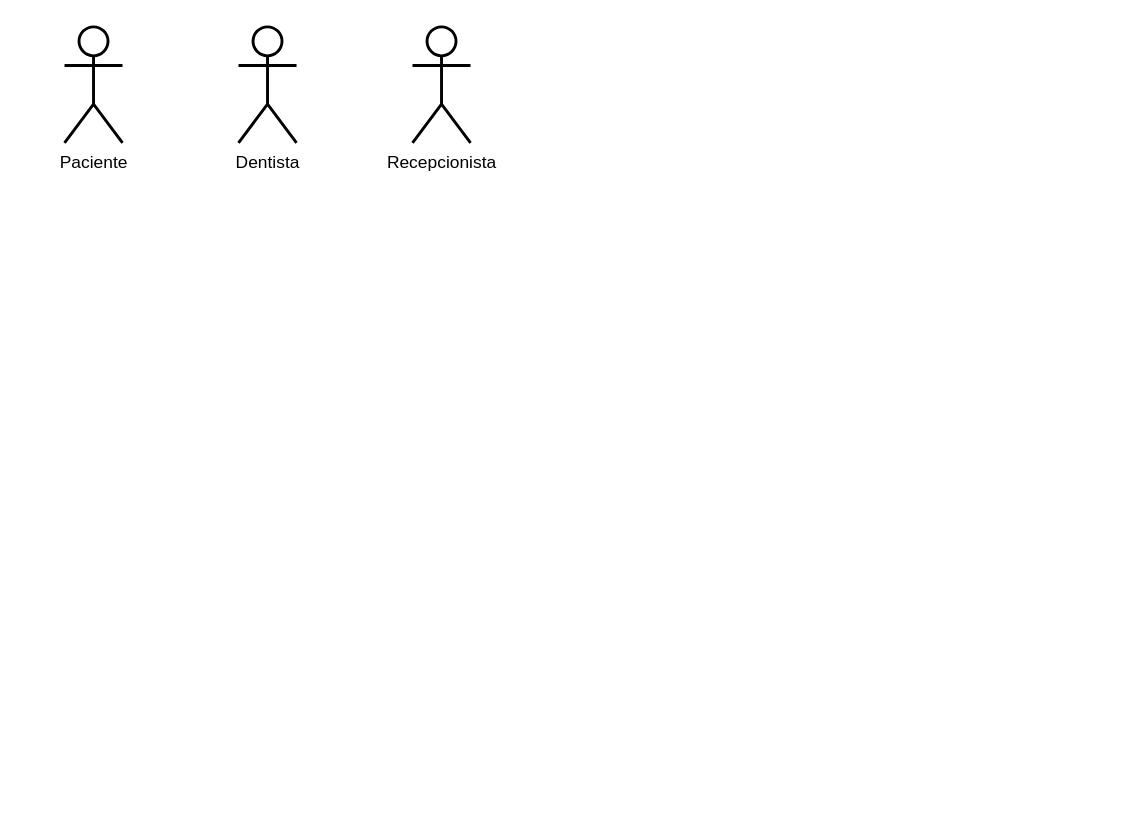
Earlier version of the draw.io diagram Diagrama sem nome.drawio (diegosmp/aulareact). Source tidied: cells renumbered, new cells numbered last; positions are measured from the earlier drawing's top-left corner, leaving out a move shared by most shapes. Both pictures are drawn from the tidied source at 145%, with x=0, y=0 at pixel (64, 26).
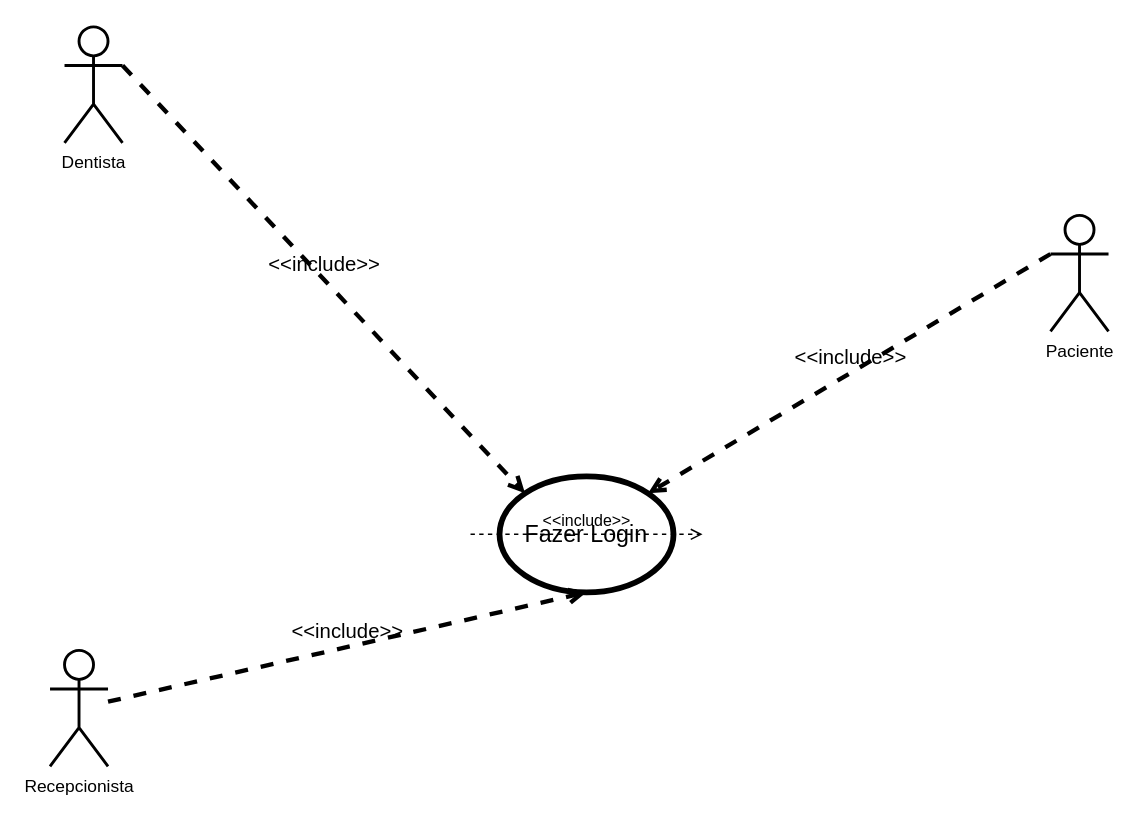
The same page after the edit.

What changed in the source:
```diff
@@
 <mxGraphModel>
   <root>
     <mxCell id="0" />
     <mxCell id="1" parent="0" />
     <mxCell id="2" value="Paciente" style="shape=umlActor;verticalLabelPosition=bottom;verticalAlign=top;html=1;outlineConnect=0;strokeWidth=2;" parent="1" vertex="1">
-      <mxGeometry width="40" height="80" as="geometry" />
+      <mxGeometry x="680" y="130" width="40" height="80" as="geometry" />
     </mxCell>
     <mxCell id="3" value="Dentista" style="shape=umlActor;verticalLabelPosition=bottom;verticalAlign=top;html=1;outlineConnect=0;strokeWidth=2;" parent="1" vertex="1">
-      <mxGeometry x="120" width="40" height="80" as="geometry" />
+      <mxGeometry width="40" height="80" as="geometry" />
     </mxCell>
     <mxCell id="4" value="Recepcionista" style="shape=umlActor;verticalLabelPosition=bottom;verticalAlign=top;html=1;outlineConnect=0;strokeWidth=2;" parent="1" vertex="1">
-      <mxGeometry x="240" width="40" height="80" as="geometry" />
+      <mxGeometry x="-10" y="430" width="40" height="80" as="geometry" />
     </mxCell>
+    <mxCell id="5" value="&lt;font style=&quot;font-size: 16px;&quot;&gt;Fazer Login&lt;/font&gt;" style="ellipse;whiteSpace=wrap;html=1;strokeWidth=4;" parent="1" vertex="1">
+      <mxGeometry x="300" y="310" width="120" height="80" as="geometry" />
+    </mxCell>
+    <mxCell id="6" value="&amp;lt;&amp;lt;include&amp;gt;&amp;gt;" style="html=1;verticalAlign=bottom;labelBackgroundColor=none;endArrow=open;endFill=0;dashed=1;rounded=0;" parent="1" edge="1">
+      <mxGeometry relative="1" as="geometry">
+        <mxPoint x="280" y="350" as="sourcePoint" />
+        <mxPoint x="440" y="350" as="targetPoint" />
+      </mxGeometry>
+    </mxCell>
+    <mxCell id="7" value="&lt;font style=&quot;font-size: 14px;&quot;&gt;&amp;lt;&amp;lt;include&amp;gt;&amp;gt;&lt;/font&gt;" style="html=1;verticalAlign=bottom;labelBackgroundColor=none;endArrow=open;endFill=0;dashed=1;rounded=0;entryX=0.5;entryY=1;entryDx=0;entryDy=0;strokeWidth=3;" parent="1" edge="1" source="4" target="5">
+      <mxGeometry relative="1" as="geometry" />
+    </mxCell>
+    <mxCell id="8" value="&lt;font style=&quot;font-size: 14px;&quot;&gt;&amp;lt;&amp;lt;include&amp;gt;&amp;gt;&lt;/font&gt;" style="html=1;verticalAlign=bottom;labelBackgroundColor=none;endArrow=open;endFill=0;dashed=1;rounded=0;entryX=0;entryY=0;entryDx=0;entryDy=0;exitX=1;exitY=0.3333333333333333;exitDx=0;exitDy=0;exitPerimeter=0;strokeWidth=3;" parent="1" edge="1" source="3" target="5">
+      <mxGeometry relative="1" as="geometry" />
+    </mxCell>
+    <mxCell id="9" value="&lt;font style=&quot;font-size: 14px;&quot;&gt;&amp;lt;&amp;lt;include&amp;gt;&amp;gt;&lt;/font&gt;" style="html=1;verticalAlign=bottom;labelBackgroundColor=none;endArrow=open;endFill=0;dashed=1;rounded=0;entryX=1;entryY=0;entryDx=0;entryDy=0;exitX=0;exitY=0.3333333333333333;exitDx=0;exitDy=0;exitPerimeter=0;strokeWidth=3;" parent="1" edge="1" source="2" target="5">
+      <mxGeometry relative="1" as="geometry" />
+    </mxCell>
   </root>
 </mxGraphModel>
```
